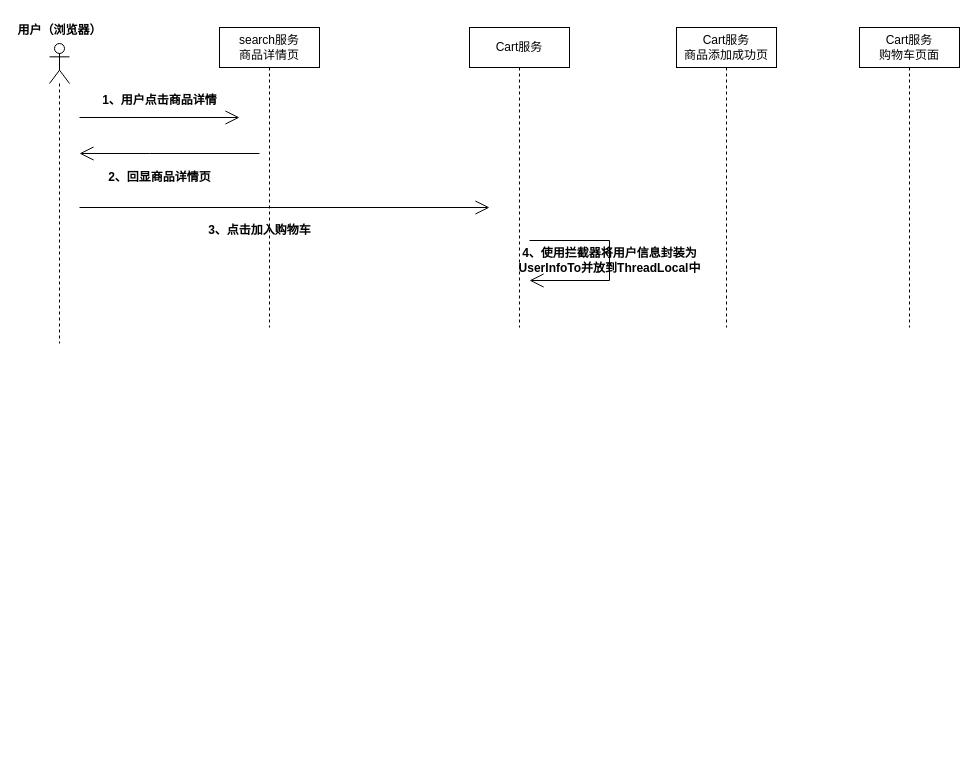
Above: ShopBusiness/加入购物车.drawio in Chaimek/LearnPictures (draw.io), before the change. Source tidied: cells renumbered, new cells numbered last; positions are measured from the earlier drawing's top-left corner, leaving out a move shared by most shapes. Both pictures are drawn from the tidied source at 100%, with x=0, y=0 at pixel (19, 17).
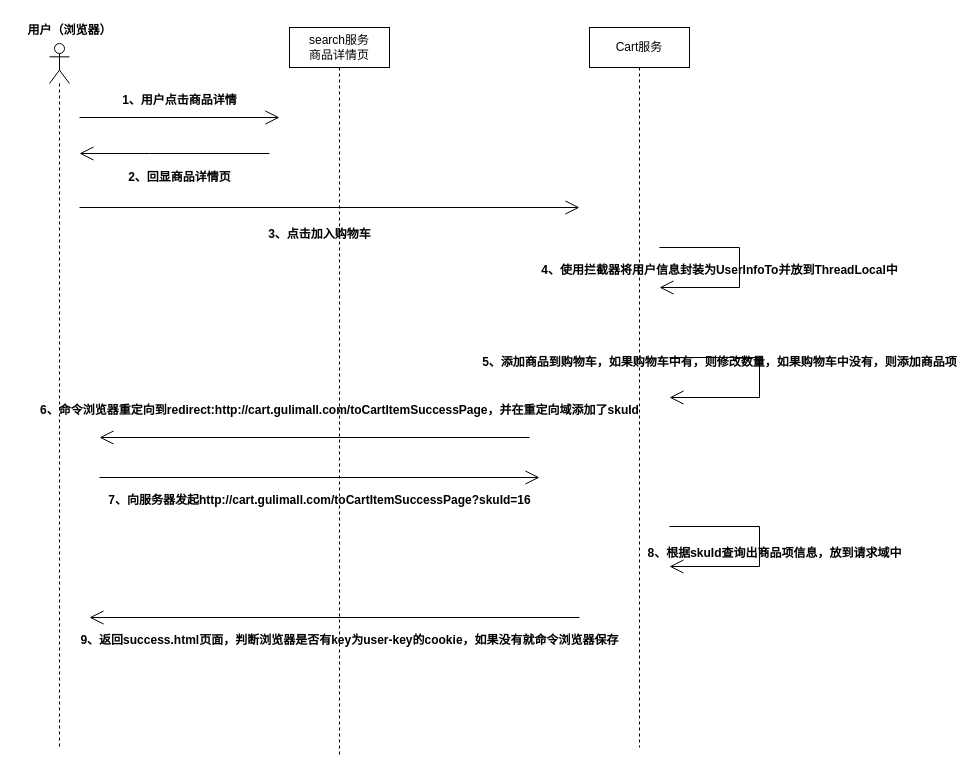
The same page after the edit.

Commit message (it also covers changes not shown here):
更新加入购物车.drawio

The edit, as a diff of the source:
```diff
@@
     <mxCell id="2" style="shape=umlLifeline;perimeter=lifelinePerimeter;whiteSpace=wrap;html=1;newEdgeStyle={&quot;edgeStyle&quot;:&quot;elbowEdgeStyle&quot;,&quot;elbow&quot;:&quot;vertical&quot;,&quot;curved&quot;:0,&quot;rounded&quot;:0};participant=umlActor;" parent="1" vertex="1">
-      <mxGeometry x="30" y="26" width="20" height="300" as="geometry" />
+      <mxGeometry x="30" y="26" width="20" height="704" as="geometry" />
     </mxCell>
     <mxCell id="3" value="用户（浏览器）" style="text;align=center;fontStyle=1;verticalAlign=middle;spacingLeft=3;spacingRight=3;strokeColor=none;html=1;" parent="1" vertex="1">
-      <mxGeometry width="80" height="26" as="geometry" />
+      <mxGeometry x="10" width="80" height="26" as="geometry" />
     </mxCell>
     <mxCell id="4" value="search服务&lt;br&gt;商品详情页" style="shape=umlLifeline;perimeter=lifelinePerimeter;whiteSpace=wrap;html=1;newEdgeStyle={&quot;edgeStyle&quot;:&quot;elbowEdgeStyle&quot;,&quot;elbow&quot;:&quot;vertical&quot;,&quot;curved&quot;:0,&quot;rounded&quot;:0};" parent="1" vertex="1">
-      <mxGeometry x="200" y="10" width="100" height="300" as="geometry" />
+      <mxGeometry x="270" y="10" width="100" height="730" as="geometry" />
     </mxCell>
     <mxCell id="5" value="Cart服务" style="shape=umlLifeline;perimeter=lifelinePerimeter;whiteSpace=wrap;html=1;newEdgeStyle={&quot;edgeStyle&quot;:&quot;elbowEdgeStyle&quot;,&quot;elbow&quot;:&quot;vertical&quot;,&quot;curved&quot;:0,&quot;rounded&quot;:0};" parent="1" vertex="1">
-      <mxGeometry x="450" y="10" width="100" height="300" as="geometry" />
+      <mxGeometry x="570" y="10" width="100" height="720" as="geometry" />
     </mxCell>
-    <mxCell id="6" value="Cart服务&lt;br&gt;购物车页面" style="shape=umlLifeline;perimeter=lifelinePerimeter;whiteSpace=wrap;html=1;newEdgeStyle={&quot;edgeStyle&quot;:&quot;elbowEdgeStyle&quot;,&quot;elbow&quot;:&quot;vertical&quot;,&quot;curved&quot;:0,&quot;rounded&quot;:0};" parent="1" vertex="1">
-      <mxGeometry x="840" y="10" width="100" height="300" as="geometry" />
-    </mxCell>
     <mxCell id="7" style="endArrow=open;endFill=1;endSize=12;html=1;rounded=0;" parent="1" edge="1">
       <mxGeometry relative="1" as="geometry">
         <mxPoint x="60" y="100" as="sourcePoint" />
-        <mxPoint x="220" y="100" as="targetPoint" />
+        <mxPoint x="260" y="100" as="targetPoint" />
       </mxGeometry>
     </mxCell>
     <mxCell id="8" value="1、用户点击商品详情" style="text;align=center;fontStyle=1;verticalAlign=middle;spacingLeft=3;spacingRight=3;strokeColor=none;html=1;" parent="1" vertex="1">
-      <mxGeometry x="100" y="70" width="80" height="26" as="geometry" />
+      <mxGeometry x="120" y="70" width="80" height="26" as="geometry" />
     </mxCell>
     <mxCell id="9" style="endArrow=open;endFill=1;endSize=12;html=1;rounded=0;" parent="1" edge="1">
       <mxGeometry relative="1" as="geometry">
         <mxPoint x="60" y="190" as="sourcePoint" />
-        <mxPoint x="470" y="190" as="targetPoint" />
+        <mxPoint x="560" y="190" as="targetPoint" />
       </mxGeometry>
     </mxCell>
     <mxCell id="10" value="3、点击加入购物车" style="text;align=center;fontStyle=1;verticalAlign=middle;spacingLeft=3;spacingRight=3;strokeColor=none;html=1;" parent="1" vertex="1">
-      <mxGeometry x="200" y="200" width="80" height="26" as="geometry" />
+      <mxGeometry x="260" y="204" width="80" height="26" as="geometry" />
     </mxCell>
     <mxCell id="11" style="endArrow=open;endFill=1;endSize=12;html=1;rounded=0;" parent="1" edge="1">
       <mxGeometry relative="1" as="geometry">
-        <mxPoint x="240" y="136" as="sourcePoint" />
+        <mxPoint x="250" y="136" as="sourcePoint" />
         <mxPoint x="60" y="136" as="targetPoint" />
         <Array as="points">
           <mxPoint x="130" y="136" />
         </Array>
       </mxGeometry>
     </mxCell>
     <mxCell id="12" value="2、回显商品详情页" style="text;align=center;fontStyle=1;verticalAlign=middle;spacingLeft=3;spacingRight=3;strokeColor=none;html=1;" parent="1" vertex="1">
-      <mxGeometry x="100" y="147" width="80" height="26" as="geometry" />
+      <mxGeometry x="120" y="147" width="80" height="26" as="geometry" />
     </mxCell>
-    <mxCell id="13" value="Cart服务&lt;br style=&quot;border-color: var(--border-color);&quot;&gt;商品添加成功页" style="shape=umlLifeline;perimeter=lifelinePerimeter;whiteSpace=wrap;html=1;newEdgeStyle={&quot;edgeStyle&quot;:&quot;elbowEdgeStyle&quot;,&quot;elbow&quot;:&quot;vertical&quot;,&quot;curved&quot;:0,&quot;rounded&quot;:0};" parent="1" vertex="1">
-      <mxGeometry x="657" y="10" width="100" height="300" as="geometry" />
-    </mxCell>
     <mxCell id="14" style="endArrow=open;endFill=1;endSize=12;html=1;rounded=0;" parent="1" edge="1">
       <mxGeometry relative="1" as="geometry">
-        <mxPoint x="510" y="223" as="sourcePoint" />
-        <mxPoint x="510" y="263" as="targetPoint" />
+        <mxPoint x="640" y="230" as="sourcePoint" />
+        <mxPoint x="640" y="270" as="targetPoint" />
         <Array as="points">
-          <mxPoint x="590" y="223" />
-          <mxPoint x="590" y="263" />
+          <mxPoint x="720" y="230" />
+          <mxPoint x="720" y="270" />
         </Array>
       </mxGeometry>
     </mxCell>
-    <mxCell id="15" value="4、使用拦截器将用户信息封装为&lt;br&gt;UserInfoTo并放到ThreadLocal中" style="text;align=center;fontStyle=1;verticalAlign=middle;spacingLeft=3;spacingRight=3;strokeColor=none;html=1;" parent="1" vertex="1">
-      <mxGeometry x="550" y="230" width="80" height="26" as="geometry" />
+    <mxCell id="15" value="4、使用拦截器将用户信息封装为UserInfoTo并放到ThreadLocal中" style="text;align=center;fontStyle=1;verticalAlign=middle;spacingLeft=3;spacingRight=3;strokeColor=none;html=1;" parent="1" vertex="1">
+      <mxGeometry x="685" y="240" width="30" height="26" as="geometry" />
     </mxCell>
+    <mxCell id="16" style="endArrow=open;endFill=1;endSize=12;html=1;rounded=0;" parent="1" edge="1">
+      <mxGeometry relative="1" as="geometry">
+        <mxPoint x="650" y="509" as="sourcePoint" />
+        <mxPoint x="650" y="549" as="targetPoint" />
+        <Array as="points">
+          <mxPoint x="740" y="509" />
+          <mxPoint x="740" y="549" />
+        </Array>
+      </mxGeometry>
+    </mxCell>
+    <mxCell id="17" value="5、添加商品到购物车，如果购物车中有，则修改数量，如果购物车中没有，则添加商品项" style="text;align=center;fontStyle=1;verticalAlign=middle;spacingLeft=3;spacingRight=3;strokeColor=none;html=1;" parent="1" vertex="1">
+      <mxGeometry x="660" y="330" width="80" height="30" as="geometry" />
+    </mxCell>
+    <mxCell id="18" style="endArrow=open;endFill=1;endSize=12;html=1;rounded=0;" parent="1" edge="1">
+      <mxGeometry relative="1" as="geometry">
+        <mxPoint x="510" y="420" as="sourcePoint" />
+        <mxPoint x="80" y="420" as="targetPoint" />
+      </mxGeometry>
+    </mxCell>
+    <mxCell id="19" value="6、命令浏览器重定向到redirect:http://cart.gulimall.com/toCartItemSuccessPage，并在重定向域添加了skuId" style="text;align=center;fontStyle=1;verticalAlign=middle;spacingLeft=3;spacingRight=3;strokeColor=none;html=1;" parent="1" vertex="1">
+      <mxGeometry x="280" y="380" width="80" height="26" as="geometry" />
+    </mxCell>
+    <mxCell id="20" style="endArrow=open;endFill=1;endSize=12;html=1;rounded=0;" parent="1" edge="1">
+      <mxGeometry relative="1" as="geometry">
+        <mxPoint x="80" y="460" as="sourcePoint" />
+        <mxPoint x="520" y="460" as="targetPoint" />
+      </mxGeometry>
+    </mxCell>
+    <mxCell id="21" value="7、向服务器发起http://cart.gulimall.com/toCartItemSuccessPage?skuId=16" style="text;align=center;fontStyle=1;verticalAlign=middle;spacingLeft=3;spacingRight=3;strokeColor=none;html=1;" parent="1" vertex="1">
+      <mxGeometry x="260" y="470" width="80" height="26" as="geometry" />
+    </mxCell>
+    <mxCell id="22" style="endArrow=open;endFill=1;endSize=12;html=1;rounded=0;" parent="1" edge="1">
+      <mxGeometry relative="1" as="geometry">
+        <mxPoint x="650" y="340" as="sourcePoint" />
+        <mxPoint x="650" y="380" as="targetPoint" />
+        <Array as="points">
+          <mxPoint x="740" y="340" />
+          <mxPoint x="740" y="380" />
+        </Array>
+      </mxGeometry>
+    </mxCell>
+    <mxCell id="23" value="8、根据skuId查询出商品项信息，放到请求域中" style="text;align=center;fontStyle=1;verticalAlign=middle;spacingLeft=3;spacingRight=3;strokeColor=none;html=1;" parent="1" vertex="1">
+      <mxGeometry x="715" y="523" width="80" height="26" as="geometry" />
+    </mxCell>
+    <mxCell id="24" style="endArrow=open;endFill=1;endSize=12;html=1;rounded=0;" parent="1" edge="1">
+      <mxGeometry relative="1" as="geometry">
+        <mxPoint x="560" y="600" as="sourcePoint" />
+        <mxPoint x="70" y="600" as="targetPoint" />
+      </mxGeometry>
+    </mxCell>
+    <mxCell id="25" value="9、返回success.html页面，判断浏览器是否有key为user-key的cookie，如果没有就命令浏览器保存" style="text;align=center;fontStyle=1;verticalAlign=middle;spacingLeft=3;spacingRight=3;strokeColor=none;html=1;" parent="1" vertex="1">
+      <mxGeometry x="290" y="610" width="80" height="26" as="geometry" />
+    </mxCell>
```
